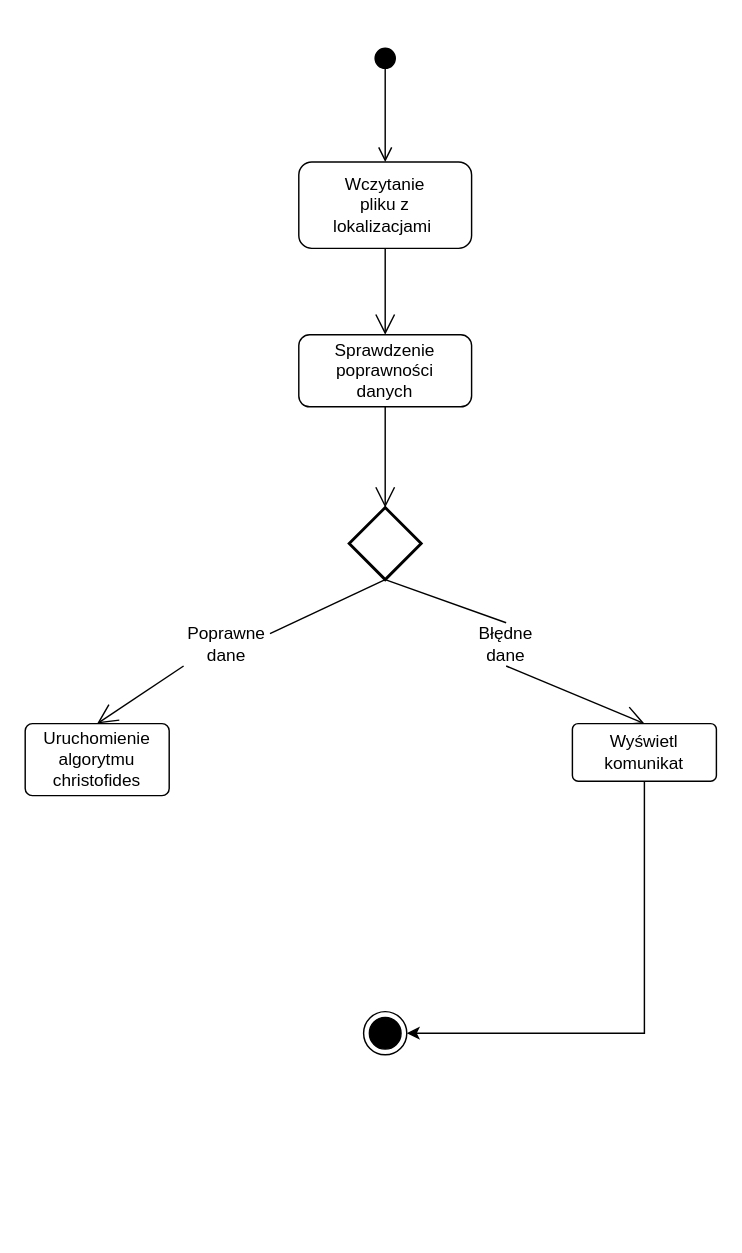
This is Diagram bez tytułu.drawio from Milosz22/traveling_salesman, a draw.io file, before an edit. Source tidied: cells renumbered, new cells numbered last; positions are measured from the earlier drawing's top-left corner, leaving out a move shared by most shapes. Both pictures are drawn from the tidied source at 144%, with x=0, y=0 at pixel (24, 46).
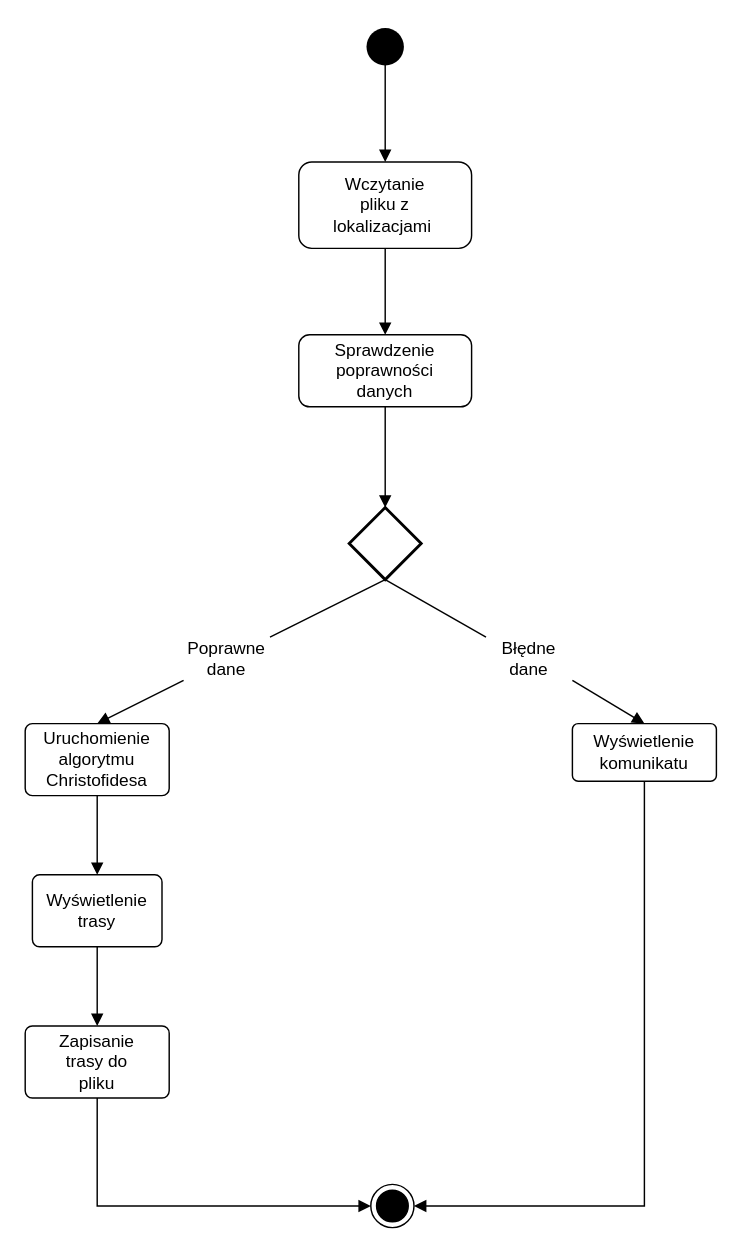
Above is the later version.

Commit message:
Zaktualizowałam diagram aktywności

Unchanged cells that the change refers to:
```xml
<mxCell id="3" style="rounded=1;whiteSpace=wrap;html=1;" parent="1" vertex="1">
  <mxGeometry x="190" y="80" width="120" height="60" as="geometry" />
</mxCell>
<mxCell id="8" style="rounded=1;arcSize=10;whiteSpace=wrap;html=1;align=center;fillColor=#FFFFFF;" parent="1" vertex="1">
  <mxGeometry x="380" y="470" width="100" height="40" as="geometry" />
</mxCell>
<mxCell id="9" style="rounded=1;arcSize=10;whiteSpace=wrap;html=1;align=center;fillColor=#FFFFFF;" parent="1" vertex="1">
  <mxGeometry y="470" width="100" height="50" as="geometry" />
</mxCell>
<mxCell id="10" style="strokeWidth=2;html=1;shape=mxgraph.flowchart.decision;whiteSpace=wrap;fillColor=#FFFFFF;" parent="1" vertex="1">
  <mxGeometry x="225" y="320" width="50" height="50" as="geometry" />
</mxCell>
<mxCell id="15" style="rounded=1;whiteSpace=wrap;html=1;strokeColor=#000000;" parent="1" vertex="1">
  <mxGeometry x="190" y="200" width="120" height="50" as="geometry" />
</mxCell>
```

What changed in the source:
```diff
@@
-    <mxCell id="2" style="html=1;verticalAlign=bottom;startArrow=circle;startFill=1;endArrow=open;startSize=6;endSize=8;rounded=0;" parent="1" edge="1" target="3">
-      <mxGeometry relative="1" as="geometry">
-        <mxPoint x="250" as="sourcePoint" />
-      </mxGeometry>
-    </mxCell>
@@
-    <mxCell id="5" style="endArrow=open;endFill=1;endSize=12;html=1;rounded=0;exitX=0.5;exitY=1;exitDx=0;exitDy=0;exitPerimeter=0;entryX=0.5;entryY=0;entryDx=0;entryDy=0;startArrow=none;" parent="1" edge="1" source="21" target="8">
-      <mxGeometry relative="1" as="geometry" />
-    </mxCell>
-    <mxCell id="6" style="endArrow=open;endFill=1;endSize=12;html=1;rounded=0;entryX=0.5;entryY=0;entryDx=0;entryDy=0;startArrow=none;exitX=0;exitY=1;exitDx=0;exitDy=0;" parent="1" edge="1" source="19" target="9">
-      <mxGeometry relative="1" as="geometry" />
-    </mxCell>
-    <mxCell id="7" style="edgeStyle=orthogonalEdgeStyle;rounded=0;jettySize=auto;html=1;exitX=0.5;exitY=1;exitDx=0;exitDy=0;entryX=1;entryY=0.5;entryDx=0;entryDy=0;" parent="1" edge="1" source="8" target="14">
-      <mxGeometry relative="1" as="geometry" />
-    </mxCell>
@@
-    <mxCell id="11" style="endArrow=open;endFill=1;endSize=12;html=1;rounded=0;entryX=0.5;entryY=0;entryDx=0;entryDy=0;exitX=0.5;exitY=1;exitDx=0;exitDy=0;" parent="1" edge="1" source="3" target="15">
-      <mxGeometry relative="1" as="geometry" />
-    </mxCell>
-    <mxCell id="12" value="Wyświetl komunikat" style="text;html=1;strokeColor=none;fillColor=none;align=center;verticalAlign=middle;whiteSpace=wrap;rounded=0;" parent="1" vertex="1">
+    <mxCell id="12" value="Wyświetlenie komunikatu" style="text;html=1;strokeColor=none;fillColor=none;align=center;verticalAlign=middle;whiteSpace=wrap;rounded=0;" parent="1" vertex="1">
       <mxGeometry x="400" y="475" width="60" height="30" as="geometry" />
     </mxCell>
-    <mxCell id="13" value="Uruchomienie algorytmu christofides" style="text;html=1;strokeColor=none;fillColor=none;align=center;verticalAlign=middle;whiteSpace=wrap;rounded=0;" parent="1" vertex="1">
+    <mxCell id="13" value="Uruchomienie algorytmu Christofidesa" style="text;html=1;strokeColor=none;fillColor=none;align=center;verticalAlign=middle;whiteSpace=wrap;rounded=0;" parent="1" vertex="1">
       <mxGeometry x="20" y="480" width="60" height="30" as="geometry" />
     </mxCell>
     <mxCell id="14" style="ellipse;html=1;shape=endState;fillColor=#000000;strokeColor=#000000;" parent="1" vertex="1">
-      <mxGeometry x="235" y="670" width="30" height="30" as="geometry" />
+      <mxGeometry x="240" y="790" width="30" height="30" as="geometry" />
     </mxCell>
@@
-    <mxCell id="17" style="endArrow=open;endFill=1;endSize=12;html=1;rounded=0;exitX=0.5;exitY=1;exitDx=0;exitDy=0;entryX=0.5;entryY=0;entryDx=0;entryDy=0;entryPerimeter=0;" parent="1" edge="1" source="15" target="10">
-      <mxGeometry relative="1" as="geometry" />
-    </mxCell>
@@
     <mxCell id="19" value="Poprawne dane" style="text;html=1;strokeColor=none;fillColor=none;align=center;verticalAlign=middle;whiteSpace=wrap;rounded=0;" parent="1" vertex="1">
-      <mxGeometry x="110" y="400" width="60" height="30" as="geometry" />
+      <mxGeometry x="110" y="410" width="60" height="30" as="geometry" />
     </mxCell>
-    <mxCell id="20" style="endArrow=none;endFill=1;endSize=12;html=1;rounded=0;exitX=0.5;exitY=1;exitDx=0;exitDy=0;exitPerimeter=0;entryX=1;entryY=0.25;entryDx=0;entryDy=0;" parent="1" edge="1" source="10" target="19">
+    <mxCell id="20" style="endArrow=none;endFill=1;endSize=12;html=1;rounded=0;exitX=0.5;exitY=1;exitDx=0;exitDy=0;exitPerimeter=0;entryX=1;entryY=0;entryDx=0;entryDy=0;" parent="1" edge="1" source="10" target="19">
       <mxGeometry relative="1" as="geometry" />
     </mxCell>
     <mxCell id="21" value="Błędne dane" style="text;html=1;strokeColor=none;fillColor=none;align=center;verticalAlign=middle;whiteSpace=wrap;rounded=0;" parent="1" vertex="1">
-      <mxGeometry x="304" y="400" width="60" height="30" as="geometry" />
+      <mxGeometry x="320" y="410" width="60" height="30" as="geometry" />
     </mxCell>
-    <mxCell id="22" style="endArrow=none;endFill=1;endSize=12;html=1;rounded=0;exitX=0.5;exitY=1;exitDx=0;exitDy=0;exitPerimeter=0;entryX=0.5;entryY=0;entryDx=0;entryDy=0;" parent="1" edge="1" source="10" target="21">
+    <mxCell id="22" style="endArrow=none;endFill=1;endSize=12;html=1;rounded=0;exitX=0.5;exitY=1;exitDx=0;exitDy=0;exitPerimeter=0;entryX=0;entryY=0;entryDx=0;entryDy=0;" parent="1" edge="1" source="10" target="21">
       <mxGeometry relative="1" as="geometry" />
     </mxCell>
+    <mxCell id="23" style="shape=waypoint;sketch=0;fillStyle=solid;size=6;points=[];fillColor=none;perimeter=centerPerimeter;snapToPoint=1;strokeWidth=11;" parent="1" vertex="1">
+      <mxGeometry x="240" y="-10" width="20" height="20" as="geometry" />
+    </mxCell>
+    <mxCell id="24" style="html=1;verticalAlign=bottom;endArrow=block;rounded=0;exitX=0.482;exitY=0.59;exitDx=0;exitDy=0;exitPerimeter=0;entryX=0.5;entryY=0;entryDx=0;entryDy=0;" parent="1" edge="1" source="23" target="3">
+      <mxGeometry relative="1" as="geometry" />
+    </mxCell>
+    <mxCell id="11" style="html=1;verticalAlign=bottom;endArrow=block;rounded=0;exitX=0.5;exitY=1;exitDx=0;exitDy=0;entryX=0.5;entryY=0;entryDx=0;entryDy=0;" parent="1" edge="1" source="3" target="15">
+      <mxGeometry x="-0.33" y="70" relative="1" as="geometry" />
+    </mxCell>
+    <mxCell id="17" style="html=1;verticalAlign=bottom;endArrow=block;rounded=0;exitX=0.5;exitY=1;exitDx=0;exitDy=0;entryX=0.5;entryY=0;entryDx=0;entryDy=0;entryPerimeter=0;" parent="1" edge="1" source="15" target="10">
+      <mxGeometry relative="1" as="geometry" />
+    </mxCell>
+    <mxCell id="6" style="html=1;verticalAlign=bottom;endArrow=block;rounded=0;exitX=0;exitY=1;exitDx=0;exitDy=0;entryX=0.5;entryY=0;entryDx=0;entryDy=0;" parent="1" edge="1" source="19" target="9">
+      <mxGeometry x="-0.6" y="-63" relative="1" as="geometry">
+        <mxPoint y="1" as="offset" />
+      </mxGeometry>
+    </mxCell>
+    <mxCell id="5" style="html=1;verticalAlign=bottom;endArrow=block;rounded=0;exitX=1;exitY=1;exitDx=0;exitDy=0;entryX=0.5;entryY=0;entryDx=0;entryDy=0;" parent="1" edge="1" source="21" target="8">
+      <mxGeometry x="-0.41" y="69" relative="1" as="geometry" />
+    </mxCell>
+    <mxCell id="25" style="rounded=1;arcSize=10;whiteSpace=wrap;html=1;align=center;fillColor=#FFFFFF;" parent="1" vertex="1">
+      <mxGeometry x="5" y="575" width="90" height="50" as="geometry" />
+    </mxCell>
+    <mxCell id="26" style="rounded=1;arcSize=10;whiteSpace=wrap;html=1;align=center;fillColor=#FFFFFF;" parent="1" vertex="1">
+      <mxGeometry y="680" width="100" height="50" as="geometry" />
+    </mxCell>
+    <mxCell id="27" value="Wyświetlenie trasy" style="text;html=1;strokeColor=none;fillColor=none;align=center;verticalAlign=middle;whiteSpace=wrap;rounded=0;strokeWidth=11;" parent="1" vertex="1">
+      <mxGeometry x="30" y="585" width="40" height="30" as="geometry" />
+    </mxCell>
+    <mxCell id="28" value="Zapisanie trasy do pliku" style="text;html=1;strokeColor=none;fillColor=none;align=center;verticalAlign=middle;whiteSpace=wrap;rounded=0;strokeWidth=11;" parent="1" vertex="1">
+      <mxGeometry x="20" y="690" width="60" height="30" as="geometry" />
+    </mxCell>
+    <mxCell id="29" style="html=1;verticalAlign=bottom;endArrow=block;rounded=0;exitX=0.5;exitY=1;exitDx=0;exitDy=0;entryX=0.5;entryY=0;entryDx=0;entryDy=0;" parent="1" edge="1" source="9" target="25">
+      <mxGeometry relative="1" as="geometry" />
+    </mxCell>
+    <mxCell id="30" style="html=1;verticalAlign=bottom;endArrow=block;rounded=0;exitX=0.5;exitY=1;exitDx=0;exitDy=0;entryX=0.5;entryY=0;entryDx=0;entryDy=0;" parent="1" edge="1" source="25" target="26">
+      <mxGeometry relative="1" as="geometry" />
+    </mxCell>
+    <mxCell id="31" style="html=1;verticalAlign=bottom;endArrow=block;rounded=0;exitX=0.5;exitY=1;exitDx=0;exitDy=0;entryX=0;entryY=0.5;entryDx=0;entryDy=0;" parent="1" edge="1" source="26" target="14">
+      <mxGeometry relative="1" as="geometry">
+        <Array as="points">
+          <mxPoint x="50" y="805" />
+        </Array>
+      </mxGeometry>
+    </mxCell>
+    <mxCell id="7" style="html=1;verticalAlign=bottom;endArrow=block;rounded=0;exitX=0.5;exitY=1;exitDx=0;exitDy=0;entryX=1;entryY=0.5;entryDx=0;entryDy=0;" parent="1" edge="1" source="8" target="14">
+      <mxGeometry relative="1" as="geometry">
+        <Array as="points">
+          <mxPoint x="430" y="805" />
+        </Array>
+      </mxGeometry>
+    </mxCell>
```
